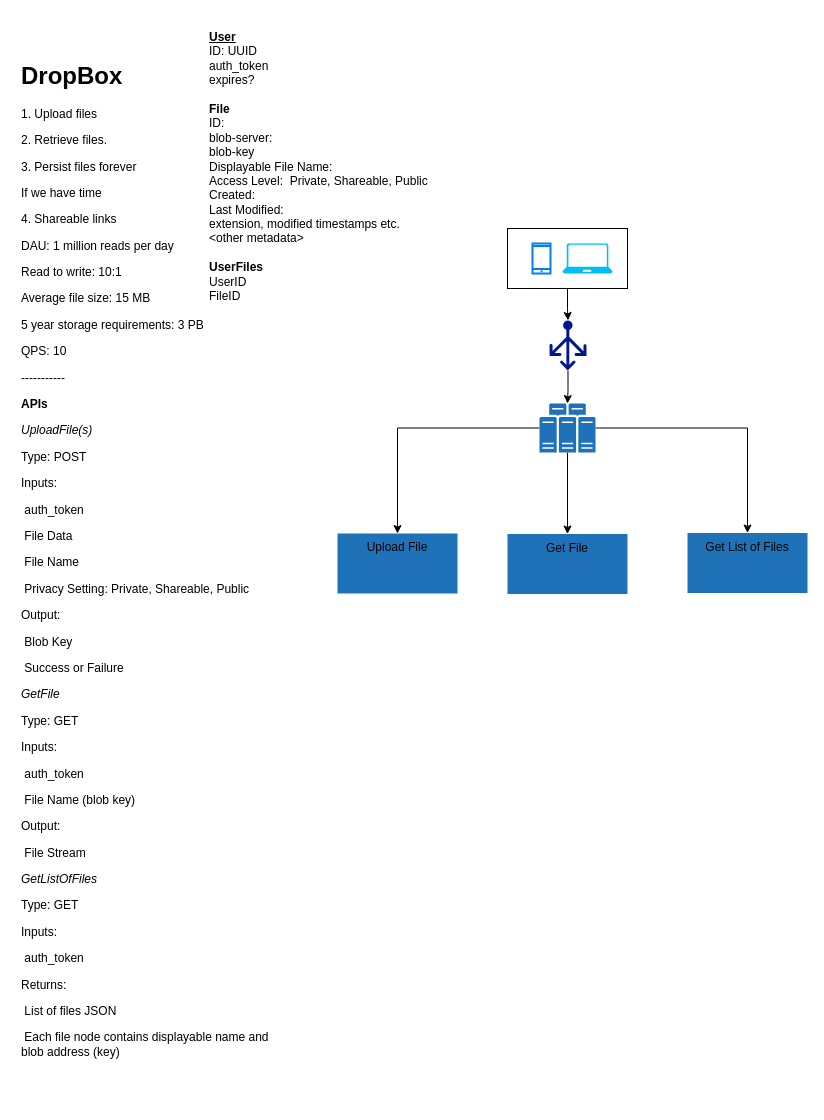
This is All Drawings/Dropbox.drawio from nsaigal7/SystemDesignDrawings, a draw.io file, before an edit. Source tidied: cells renumbered, new cells numbered last; positions are measured from the earlier drawing's top-left corner, leaving out a move shared by most shapes. Both pictures are drawn from the tidied source at 100%, with x=0, y=0 at pixel (17, 23).
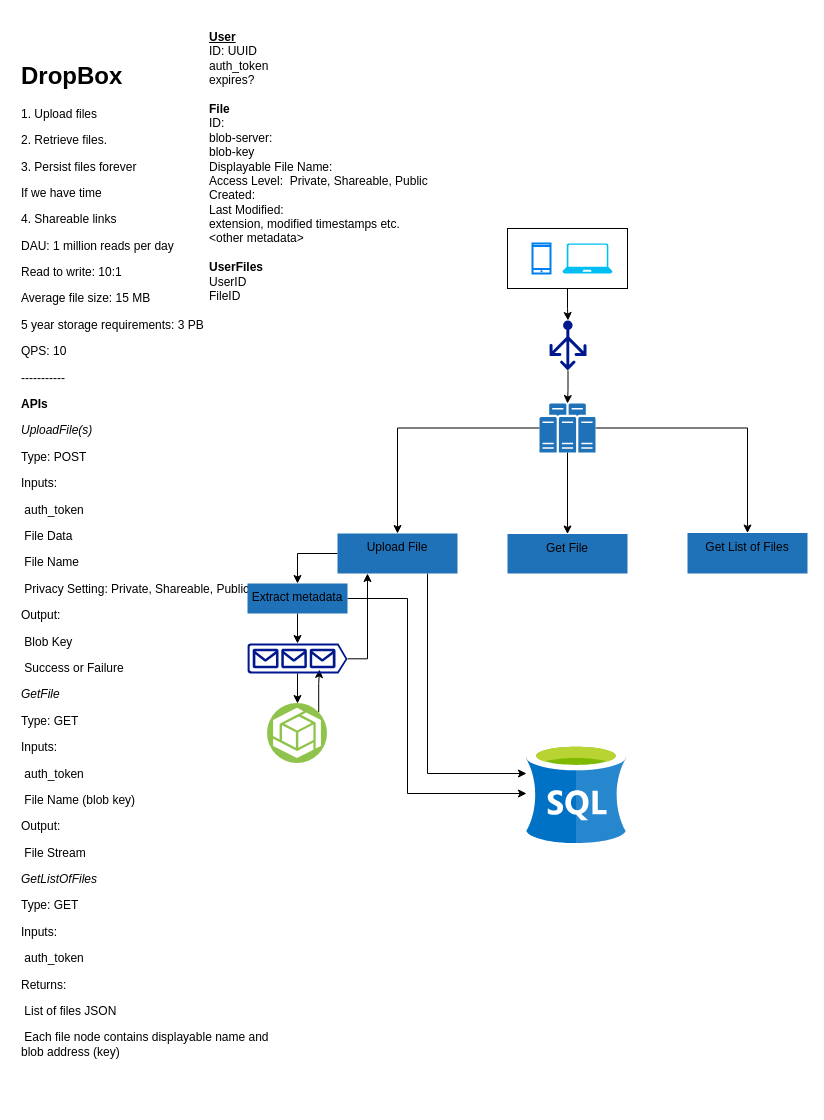
The same diagram, later.

Diff of the diagram source:
```diff
@@
+    <mxCell id="17" style="edgeStyle=orthogonalEdgeStyle;rounded=0;jettySize=auto;html=1;exitX=0;exitY=0.5;exitDx=0;exitDy=0;" parent="1" edge="1" source="13" target="26">
+      <mxGeometry relative="1" as="geometry" />
+    </mxCell>
+    <mxCell id="18" style="edgeStyle=orthogonalEdgeStyle;rounded=0;jettySize=auto;html=1;exitX=0.75;exitY=1;exitDx=0;exitDy=0;" parent="1" edge="1" source="13" target="27">
+      <mxGeometry relative="1" as="geometry">
+        <Array as="points">
+          <mxPoint x="410" y="750" />
+        </Array>
+      </mxGeometry>
+    </mxCell>
     <mxCell id="13" value="Upload File" style="whiteSpace=wrap;html=1;verticalAlign=top;fillColor=#2072B8;strokeColor=none;sketch=0;shadow=0;dashed=0;" parent="1" vertex="1">
-      <mxGeometry x="320" y="510" width="120" height="60" as="geometry" />
+      <mxGeometry x="320" y="510" width="120" height="40" as="geometry" />
     </mxCell>
     <mxCell id="14" value="Get File" style="whiteSpace=wrap;html=1;verticalAlign=top;fillColor=#2072B8;strokeColor=none;sketch=0;shadow=0;dashed=0;" parent="1" vertex="1">
-      <mxGeometry x="490" y="510.5" width="120" height="60" as="geometry" />
+      <mxGeometry x="490" y="510.5" width="120" height="39.5" as="geometry" />
     </mxCell>
     <mxCell id="15" value="Get List of Files" style="whiteSpace=wrap;html=1;verticalAlign=top;fillColor=#2072B8;strokeColor=none;sketch=0;shadow=0;dashed=0;" parent="1" vertex="1">
-      <mxGeometry x="670" y="509.5" width="120" height="60" as="geometry" />
+      <mxGeometry x="670" y="509.5" width="120" height="40.5" as="geometry" />
     </mxCell>
@@
+    <mxCell id="19" style="edgeStyle=orthogonalEdgeStyle;rounded=0;jettySize=auto;html=1;exitX=1;exitY=0;exitDx=0;exitDy=0;entryX=0.72;entryY=0.867;entryDx=0;entryDy=0;entryPerimeter=0;" parent="1" edge="1" source="20" target="23">
+      <mxGeometry relative="1" as="geometry" />
+    </mxCell>
+    <mxCell id="20" style="perimeter=ellipsePerimeter;html=1;align=center;shadow=0;dashed=0;fontColor=#4277BB;labelBackgroundColor=#ffffff;fontSize=12;spacingTop=3;image;image=img/lib/ibm/vpc/ObjectStorage.svg;" parent="1" vertex="1">
+      <mxGeometry x="250" y="680" width="60" height="60" as="geometry" />
+    </mxCell>
+    <mxCell id="21" style="edgeStyle=orthogonalEdgeStyle;rounded=0;jettySize=auto;html=1;" parent="1" edge="1" source="23" target="20">
+      <mxGeometry relative="1" as="geometry" />
+    </mxCell>
+    <mxCell id="22" style="edgeStyle=orthogonalEdgeStyle;rounded=0;jettySize=auto;html=1;exitX=1;exitY=0.51;exitDx=0;exitDy=0;exitPerimeter=0;entryX=0.25;entryY=1;entryDx=0;entryDy=0;" parent="1" edge="1" source="23" target="13">
+      <mxGeometry relative="1" as="geometry" />
+    </mxCell>
+    <mxCell id="23" style="sketch=0;shadow=0;dashed=0;html=1;strokeColor=none;labelPosition=center;verticalLabelPosition=bottom;verticalAlign=top;align=center;fillColor=#00188D;shape=mxgraph.azure.queue_generic;" parent="1" vertex="1">
+      <mxGeometry x="230" y="620" width="100" height="30" as="geometry" />
+    </mxCell>
+    <mxCell id="24" style="edgeStyle=orthogonalEdgeStyle;rounded=0;jettySize=auto;html=1;" parent="1" edge="1" source="26" target="23">
+      <mxGeometry relative="1" as="geometry" />
+    </mxCell>
+    <mxCell id="25" style="edgeStyle=orthogonalEdgeStyle;rounded=0;jettySize=auto;html=1;exitX=1;exitY=0.5;exitDx=0;exitDy=0;" parent="1" edge="1" source="26" target="27">
+      <mxGeometry relative="1" as="geometry">
+        <Array as="points">
+          <mxPoint x="390" y="575" />
+          <mxPoint x="390" y="770" />
+        </Array>
+      </mxGeometry>
+    </mxCell>
+    <mxCell id="26" value="Extract metadata" style="whiteSpace=wrap;html=1;verticalAlign=top;fillColor=#2072B8;strokeColor=none;sketch=0;shadow=0;dashed=0;" parent="1" vertex="1">
+      <mxGeometry x="230" y="560" width="100" height="30" as="geometry" />
+    </mxCell>
+    <mxCell id="27" style="sketch=0;html=1;points=[];align=center;image;fontSize=12;image=img/lib/mscae/dep/SQL_Server_Stretch_DB.svg;" parent="1" vertex="1">
+      <mxGeometry x="509" y="720" width="100" height="100" as="geometry" />
+    </mxCell>
```
